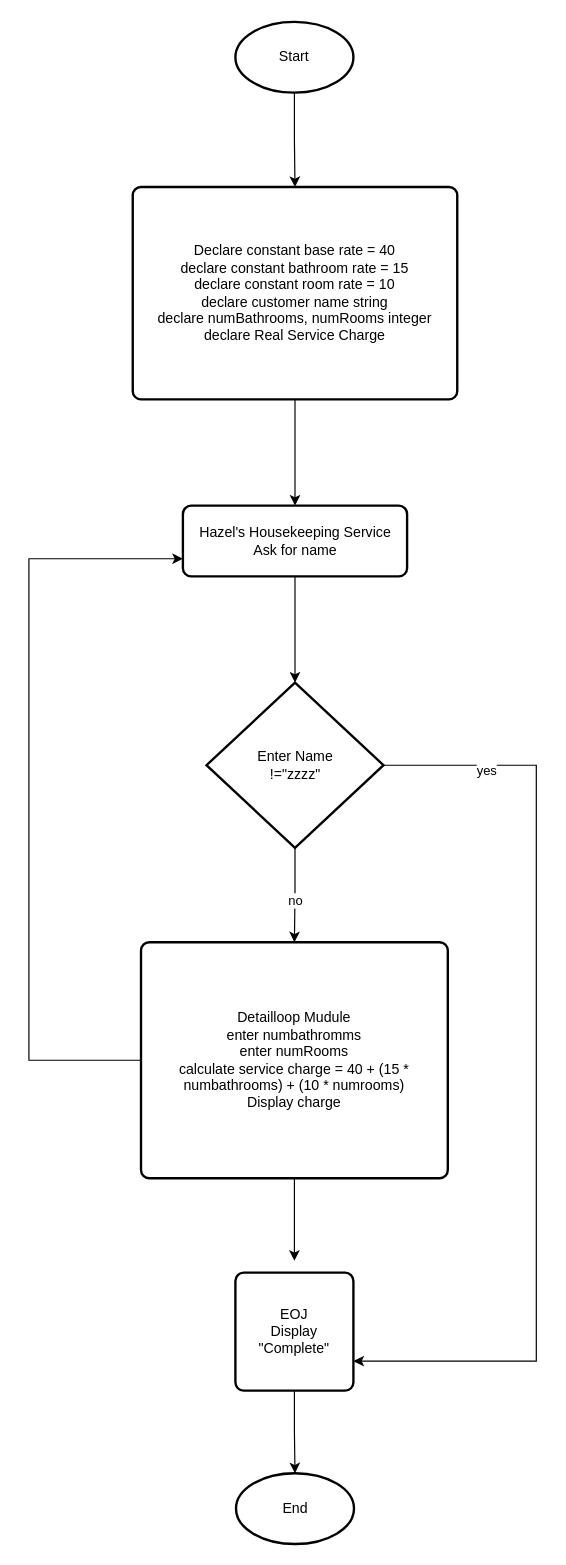
Above: Module 2 Exercise 2 Corey Cathey.drawio in CoreyCathey/SDEV_120_Fall (draw.io), before the change. Source tidied: cells renumbered, new cells numbered last; positions are measured from the earlier drawing's top-left corner, leaving out a move shared by most shapes. Both pictures are drawn from the tidied source at 118%, with x=0, y=0 at pixel (28, 21).
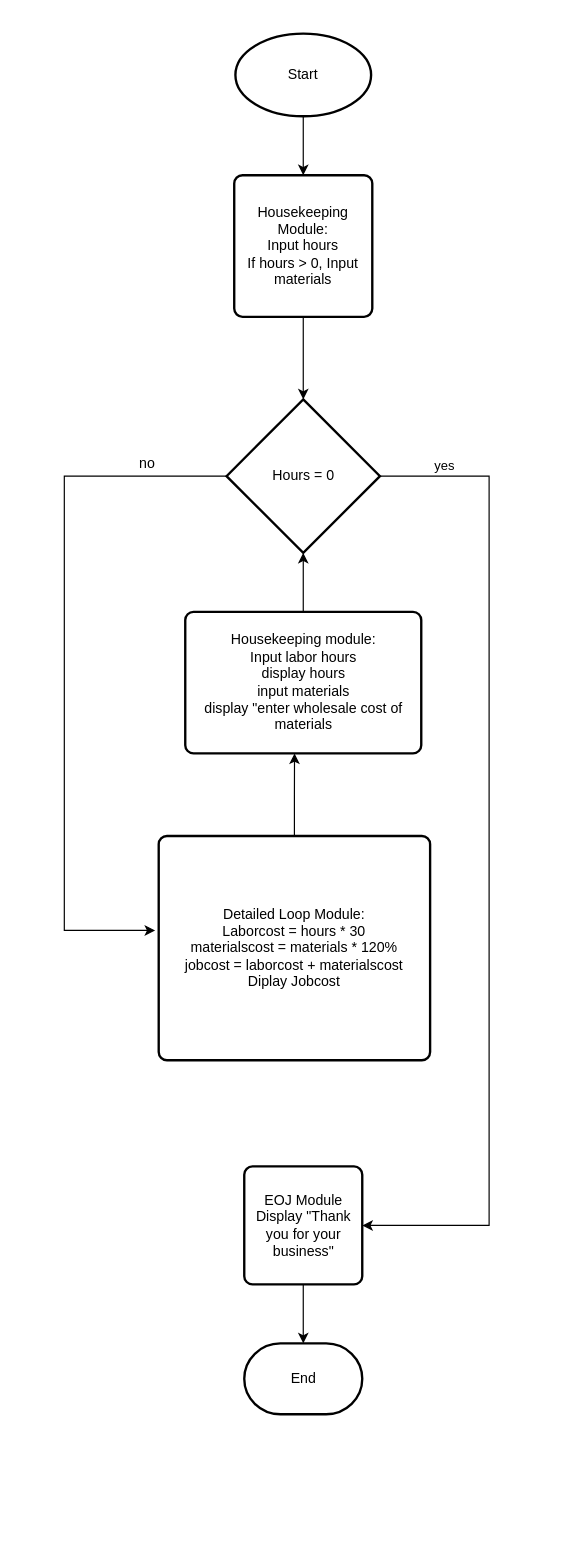
The same page after the edit.

Diff of the diagram source:
```diff
@@
-    <mxCell id="2" style="edgeStyle=orthogonalEdgeStyle;rounded=0;jettySize=auto;html=1;" parent="1" edge="1" source="3" target="15">
-      <mxGeometry relative="1" as="geometry" />
-    </mxCell>
+    <mxCell id="19" style="edgeStyle=orthogonalEdgeStyle;rounded=0;jettySize=auto;html=1;entryX=0.5;entryY=0;entryDx=0;entryDy=0;" parent="1" edge="1" source="3" target="20">
+      <mxGeometry relative="1" as="geometry" />
+    </mxCell>
     <mxCell id="3" value="Start" style="strokeWidth=2;html=1;shape=mxgraph.flowchart.start_1;whiteSpace=wrap;" parent="1" vertex="1">
-      <mxGeometry x="175" width="100" height="60" as="geometry" />
+      <mxGeometry x="175" y="10" width="115" height="70" as="geometry" />
     </mxCell>
-    <mxCell id="4" style="edgeStyle=orthogonalEdgeStyle;rounded=0;jettySize=auto;html=1;" parent="1" edge="1" source="5" target="10">
-      <mxGeometry relative="1" as="geometry" />
-    </mxCell>
-    <mxCell id="5" value="Hazel's Housekeeping Service&lt;div&gt;Ask for name&lt;/div&gt;" style="rounded=1;whiteSpace=wrap;html=1;absoluteArcSize=1;arcSize=14;strokeWidth=2;" parent="1" vertex="1">
-      <mxGeometry x="130.5" y="410" width="190" height="60" as="geometry" />
-    </mxCell>
-    <mxCell id="6" style="edgeStyle=orthogonalEdgeStyle;rounded=0;jettySize=auto;html=1;entryX=0.5;entryY=0;entryDx=0;entryDy=0;" parent="1" edge="1" source="10" target="13">
-      <mxGeometry relative="1" as="geometry" />
-    </mxCell>
+    <mxCell id="20" value="Housekeeping Module:&lt;div&gt;Input hours&lt;/div&gt;&lt;div&gt;If hours &amp;gt; 0, Input materials&lt;/div&gt;" style="rounded=1;whiteSpace=wrap;html=1;absoluteArcSize=1;arcSize=14;strokeWidth=2;" parent="1" vertex="1">
+      <mxGeometry x="174" y="130" width="117" height="120" as="geometry" />
+    </mxCell>
+    <mxCell id="21" style="edgeStyle=orthogonalEdgeStyle;rounded=0;jettySize=auto;html=1;" parent="1" edge="1" source="22" target="23">
+      <mxGeometry relative="1" as="geometry">
+        <Array as="points">
+          <mxPoint x="390" y="385" />
+          <mxPoint x="390" y="1020" />
+        </Array>
+      </mxGeometry>
+    </mxCell>
+    <mxCell id="9" value="yes" style="edgeLabel;html=1;align=center;verticalAlign=middle;" parent="21" vertex="1">
+      <mxGeometry x="-0.8" relative="1" as="geometry">
+        <mxPoint x="-29" y="-10" as="offset" />
+      </mxGeometry>
+    </mxCell>
+    <mxCell id="22" value="Hours = 0" style="strokeWidth=2;html=1;shape=mxgraph.flowchart.decision;whiteSpace=wrap;" parent="1" vertex="1">
+      <mxGeometry x="167.5" y="320" width="130" height="130" as="geometry" />
+    </mxCell>
+    <mxCell id="16" value="End" style="strokeWidth=2;html=1;shape=mxgraph.flowchart.terminator;whiteSpace=wrap;" parent="1" vertex="1">
+      <mxGeometry x="182.5" y="1120" width="100" height="60" as="geometry" />
+    </mxCell>
+    <mxCell id="23" value="EOJ Module&lt;div&gt;Display &quot;Thank you for your business&quot;&lt;/div&gt;" style="rounded=1;whiteSpace=wrap;html=1;absoluteArcSize=1;arcSize=14;strokeWidth=2;" parent="1" vertex="1">
+      <mxGeometry x="182.5" y="970" width="100" height="100" as="geometry" />
+    </mxCell>
+    <mxCell id="24" value="Housekeeping module:&lt;div&gt;Input labor hours&lt;/div&gt;&lt;div&gt;display hours&lt;/div&gt;&lt;div&gt;input materials&lt;/div&gt;&lt;div&gt;display &quot;enter wholesale cost of materials&lt;/div&gt;" style="rounded=1;whiteSpace=wrap;html=1;absoluteArcSize=1;arcSize=14;strokeWidth=2;" parent="1" vertex="1">
+      <mxGeometry x="132.5" y="500" width="200" height="120" as="geometry" />
+    </mxCell>
+    <mxCell id="25" style="edgeStyle=orthogonalEdgeStyle;rounded=0;jettySize=auto;html=1;entryX=0.5;entryY=0;entryDx=0;entryDy=0;entryPerimeter=0;" parent="1" edge="1" source="20" target="22">
+      <mxGeometry relative="1" as="geometry" />
+    </mxCell>
+    <mxCell id="26" style="edgeStyle=orthogonalEdgeStyle;rounded=0;jettySize=auto;html=1;entryX=0.5;entryY=1;entryDx=0;entryDy=0;entryPerimeter=0;" parent="1" edge="1" source="24" target="22">
+      <mxGeometry relative="1" as="geometry" />
+    </mxCell>
+    <mxCell id="27" value="Detailed Loop Module:&lt;div&gt;Laborcost = hours * 30&lt;/div&gt;&lt;div&gt;materialscost = materials * 120%&lt;/div&gt;&lt;div&gt;jobcost = laborcost + materialscost&lt;/div&gt;&lt;div&gt;Diplay Jobcost&lt;/div&gt;" style="rounded=1;whiteSpace=wrap;html=1;absoluteArcSize=1;arcSize=14;strokeWidth=2;" parent="1" vertex="1">
+      <mxGeometry x="110" y="690" width="230" height="190" as="geometry" />
+    </mxCell>
+    <mxCell id="28" style="edgeStyle=orthogonalEdgeStyle;rounded=0;jettySize=auto;html=1;" parent="1" edge="1" source="22">
+      <mxGeometry relative="1" as="geometry">
+        <mxPoint x="107" y="770" as="targetPoint" />
+        <Array as="points">
+          <mxPoint x="30" y="385" />
+          <mxPoint x="30" y="770" />
+          <mxPoint x="107" y="770" />
+        </Array>
+      </mxGeometry>
+    </mxCell>
-    <mxCell id="7" value="no" style="edgeLabel;html=1;align=center;verticalAlign=middle;" parent="6" vertex="1">
-      <mxGeometry x="0.11" relative="1" as="geometry" />
+    <mxCell id="7" value="no" style="text;html=1;align=center;verticalAlign=middle;strokeColor=none;fillColor=none;" parent="1" vertex="1">
+      <mxGeometry x="80" y="360" width="40" height="30" as="geometry" />
     </mxCell>
-    <mxCell id="8" style="edgeStyle=orthogonalEdgeStyle;rounded=0;jettySize=auto;html=1;entryX=1;entryY=0.75;entryDx=0;entryDy=0;" parent="1" edge="1" source="10" target="17">
-      <mxGeometry relative="1" as="geometry">
-        <Array as="points">
-          <mxPoint x="430" y="630" />
-          <mxPoint x="430" y="1135" />
-        </Array>
-      </mxGeometry>
-    </mxCell>
-    <mxCell id="9" value="yes" style="edgeLabel;html=1;align=center;verticalAlign=middle;" parent="8" vertex="1">
-      <mxGeometry x="-0.78" y="-4" relative="1" as="geometry" />
-    </mxCell>
-    <mxCell id="10" value="Enter Name&lt;div&gt;!=&quot;zzzz&quot;&lt;/div&gt;" style="strokeWidth=2;html=1;shape=mxgraph.flowchart.decision;whiteSpace=wrap;" parent="1" vertex="1">
-      <mxGeometry x="150.5" y="560" width="150" height="140" as="geometry" />
-    </mxCell>
-    <mxCell id="11" style="edgeStyle=orthogonalEdgeStyle;rounded=0;jettySize=auto;html=1;" parent="1" edge="1" source="13">
-      <mxGeometry relative="1" as="geometry">
-        <mxPoint x="225" y="1050" as="targetPoint" />
-      </mxGeometry>
-    </mxCell>
-    <mxCell id="12" style="edgeStyle=orthogonalEdgeStyle;rounded=0;jettySize=auto;html=1;entryX=0;entryY=0.75;entryDx=0;entryDy=0;" parent="1" edge="1" source="13" target="5">
-      <mxGeometry relative="1" as="geometry">
-        <Array as="points">
-          <mxPoint y="880" />
-          <mxPoint y="455" />
-        </Array>
-      </mxGeometry>
-    </mxCell>
-    <mxCell id="13" value="Detailloop Mudule&lt;div&gt;enter numbathromms&lt;/div&gt;&lt;div&gt;enter numRooms&lt;/div&gt;&lt;div&gt;calculate service charge = 40 + (15 * numbathrooms) + (10 * numrooms)&lt;/div&gt;&lt;div&gt;Display charge&lt;/div&gt;" style="rounded=1;whiteSpace=wrap;html=1;absoluteArcSize=1;arcSize=14;strokeWidth=2;" parent="1" vertex="1">
-      <mxGeometry x="95" y="780" width="260" height="200" as="geometry" />
-    </mxCell>
-    <mxCell id="14" style="edgeStyle=orthogonalEdgeStyle;rounded=0;jettySize=auto;html=1;entryX=0.5;entryY=0;entryDx=0;entryDy=0;" parent="1" edge="1" source="15" target="5">
-      <mxGeometry relative="1" as="geometry" />
-    </mxCell>
-    <mxCell id="15" value="Declare constant base rate = 40&lt;div&gt;declare constant bathroom rate = 15&lt;/div&gt;&lt;div&gt;declare constant room rate = 10&lt;/div&gt;&lt;div&gt;declare customer name string&lt;/div&gt;&lt;div&gt;declare numBathrooms, numRooms integer&lt;/div&gt;&lt;div&gt;declare Real Service Charge&lt;/div&gt;" style="rounded=1;whiteSpace=wrap;html=1;absoluteArcSize=1;arcSize=14;strokeWidth=2;" parent="1" vertex="1">
-      <mxGeometry x="88" y="140" width="275" height="180" as="geometry" />
-    </mxCell>
-    <mxCell id="16" value="End" style="strokeWidth=2;html=1;shape=mxgraph.flowchart.start_1;whiteSpace=wrap;" parent="1" vertex="1">
-      <mxGeometry x="175.5" y="1230" width="100" height="60" as="geometry" />
-    </mxCell>
-    <mxCell id="17" value="EOJ&lt;div&gt;Display &quot;Complete&quot;&lt;/div&gt;" style="rounded=1;whiteSpace=wrap;html=1;absoluteArcSize=1;arcSize=14;strokeWidth=2;" parent="1" vertex="1">
-      <mxGeometry x="175" y="1060" width="100" height="100" as="geometry" />
-    </mxCell>
-    <mxCell id="18" style="edgeStyle=orthogonalEdgeStyle;rounded=0;jettySize=auto;html=1;entryX=0.5;entryY=0;entryDx=0;entryDy=0;entryPerimeter=0;" parent="1" edge="1" source="17" target="16">
-      <mxGeometry relative="1" as="geometry" />
-    </mxCell>
+    <mxCell id="29" style="edgeStyle=orthogonalEdgeStyle;rounded=0;jettySize=auto;html=1;entryX=0.463;entryY=1;entryDx=0;entryDy=0;entryPerimeter=0;" parent="1" edge="1" source="27" target="24">
+      <mxGeometry relative="1" as="geometry" />
+    </mxCell>
+    <mxCell id="30" style="edgeStyle=orthogonalEdgeStyle;rounded=0;jettySize=auto;html=1;entryX=0.5;entryY=0;entryDx=0;entryDy=0;entryPerimeter=0;" parent="1" edge="1" source="23" target="16">
+      <mxGeometry relative="1" as="geometry" />
+    </mxCell>
```
